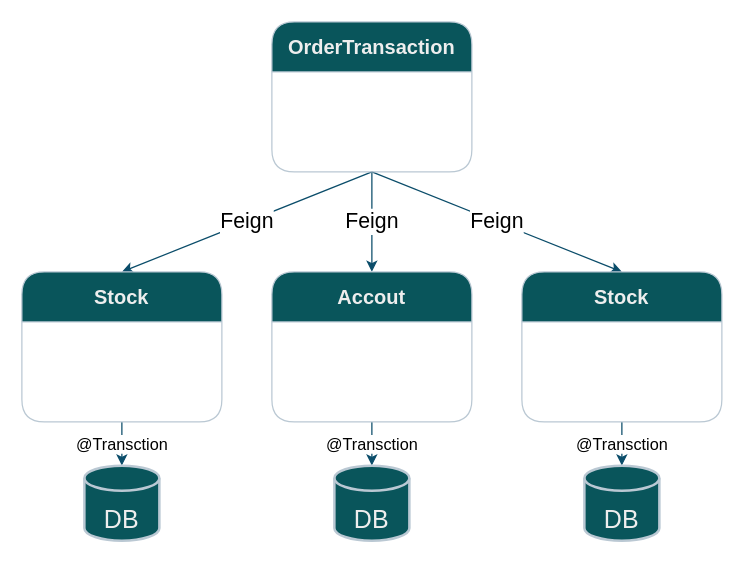
Earlier version of the draw.io diagram 分布式事务.drawio (Allen9797/WorkZone). Source tidied: cells renumbered, new cells numbered last; positions are measured from the earlier drawing's top-left corner, leaving out a move shared by most shapes. Both pictures are drawn from the tidied source at 125%, with x=0, y=0 at pixel (21, 21).
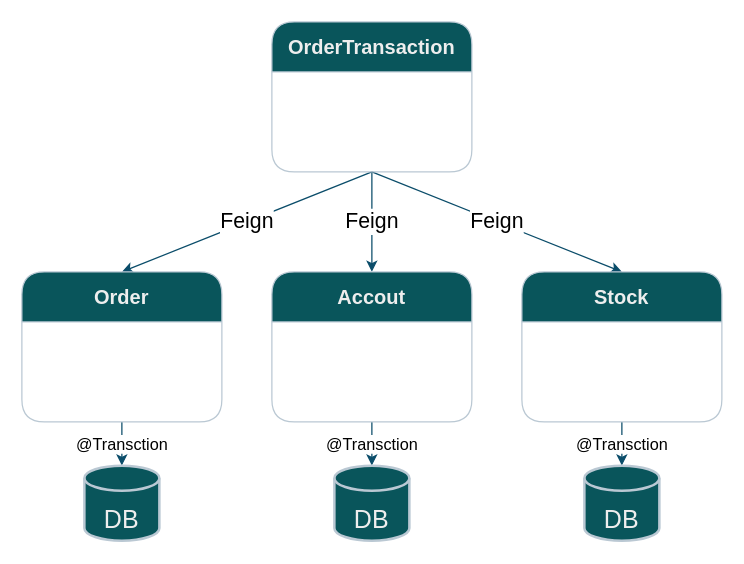
After the change.

Commit message:
更新分布式事务.drawio

Change to the diagram source:
```diff
@@
 <mxGraphModel>
   <root>
     <mxCell id="0" />
     <mxCell id="1" parent="0" />
     <mxCell id="2" value="Feign" style="edgeStyle=orthogonalEdgeStyle;rounded=0;jettySize=auto;html=1;exitX=0.5;exitY=1;exitDx=0;exitDy=0;strokeColor=#0B4D6A;fontSize=17;" parent="1" edge="1" source="5" target="7">
       <mxGeometry relative="1" as="geometry" />
     </mxCell>
     <mxCell id="3" value="Feign" style="rounded=0;jettySize=auto;html=1;exitX=0.5;exitY=1;exitDx=0;exitDy=0;entryX=0.5;entryY=0;entryDx=0;entryDy=0;strokeColor=#0B4D6A;fontSize=17;" parent="1" edge="1" source="5" target="9">
       <mxGeometry relative="1" as="geometry" />
     </mxCell>
     <mxCell id="4" value="Feign" style="rounded=0;jettySize=auto;html=1;exitX=0.5;exitY=1;exitDx=0;exitDy=0;entryX=0.5;entryY=0;entryDx=0;entryDy=0;strokeColor=#0B4D6A;fontSize=17;" parent="1" edge="1" source="5" target="11">
       <mxGeometry relative="1" as="geometry" />
     </mxCell>
     <mxCell id="5" value="OrderTransaction" style="swimlane;whiteSpace=wrap;html=1;startSize=40;rounded=1;labelBackgroundColor=none;fillColor=#09555B;strokeColor=#BAC8D3;fontColor=#EEEEEE;fontSize=16;" parent="1" vertex="1">
       <mxGeometry x="200" width="160" height="120" as="geometry" />
     </mxCell>
     <mxCell id="6" value="@Transction" style="edgeStyle=orthogonalEdgeStyle;rounded=0;jettySize=auto;html=1;exitX=0.5;exitY=1;exitDx=0;exitDy=0;entryX=0.5;entryY=0;entryDx=0;entryDy=0;entryPerimeter=0;strokeColor=#0B4D6A;fontSize=13;" parent="1" edge="1" source="7" target="13">
       <mxGeometry relative="1" as="geometry" />
     </mxCell>
     <mxCell id="7" value="Accout" style="swimlane;whiteSpace=wrap;html=1;startSize=40;rounded=1;labelBackgroundColor=none;fillColor=#09555B;strokeColor=#BAC8D3;fontColor=#EEEEEE;fontSize=16;" parent="1" vertex="1">
       <mxGeometry x="200" y="200" width="160" height="120" as="geometry" />
     </mxCell>
     <mxCell id="8" value="@Transction" style="edgeStyle=orthogonalEdgeStyle;rounded=0;jettySize=auto;html=1;exitX=0.5;exitY=1;exitDx=0;exitDy=0;entryX=0.5;entryY=0;entryDx=0;entryDy=0;entryPerimeter=0;strokeColor=#0B4D6A;fontSize=13;" parent="1" edge="1" source="9" target="12">
       <mxGeometry relative="1" as="geometry" />
     </mxCell>
-    <mxCell id="9" value="Stock" style="swimlane;whiteSpace=wrap;html=1;startSize=40;rounded=1;labelBackgroundColor=none;fillColor=#09555B;strokeColor=#BAC8D3;fontColor=#EEEEEE;fontSize=16;" parent="1" vertex="1">
+    <mxCell id="9" value="Order" style="swimlane;whiteSpace=wrap;html=1;startSize=40;rounded=1;labelBackgroundColor=none;fillColor=#09555B;strokeColor=#BAC8D3;fontColor=#EEEEEE;fontSize=16;" parent="1" vertex="1">
       <mxGeometry y="200" width="160" height="120" as="geometry" />
     </mxCell>
     <mxCell id="10" value="@Transction" style="edgeStyle=orthogonalEdgeStyle;rounded=0;jettySize=auto;html=1;exitX=0.5;exitY=1;exitDx=0;exitDy=0;entryX=0.5;entryY=0;entryDx=0;entryDy=0;entryPerimeter=0;strokeColor=#0B4D6A;fontSize=13;" parent="1" edge="1" source="11" target="14">
       <mxGeometry relative="1" as="geometry" />
     </mxCell>
     <mxCell id="11" value="Stock" style="swimlane;whiteSpace=wrap;html=1;startSize=40;rounded=1;labelBackgroundColor=none;fillColor=#09555B;strokeColor=#BAC8D3;fontColor=#EEEEEE;fontSize=16;" parent="1" vertex="1">
       <mxGeometry x="400" y="200" width="160" height="120" as="geometry" />
     </mxCell>
     <mxCell id="12" value="&lt;br&gt;DB" style="strokeWidth=2;html=1;shape=mxgraph.flowchart.database;whiteSpace=wrap;strokeColor=#BAC8D3;fontColor=#EEEEEE;fillColor=#09555B;fontSize=20;" parent="1" vertex="1">
       <mxGeometry x="50" y="355" width="60" height="60" as="geometry" />
     </mxCell>
     <mxCell id="13" value="&lt;br&gt;DB" style="strokeWidth=2;html=1;shape=mxgraph.flowchart.database;whiteSpace=wrap;strokeColor=#BAC8D3;fontColor=#EEEEEE;fillColor=#09555B;fontSize=20;" parent="1" vertex="1">
       <mxGeometry x="250" y="355" width="60" height="60" as="geometry" />
     </mxCell>
     <mxCell id="14" value="&lt;br&gt;DB" style="strokeWidth=2;html=1;shape=mxgraph.flowchart.database;whiteSpace=wrap;strokeColor=#BAC8D3;fontColor=#EEEEEE;fillColor=#09555B;fontSize=20;" parent="1" vertex="1">
       <mxGeometry x="450" y="355" width="60" height="60" as="geometry" />
     </mxCell>
   </root>
 </mxGraphModel>
```
